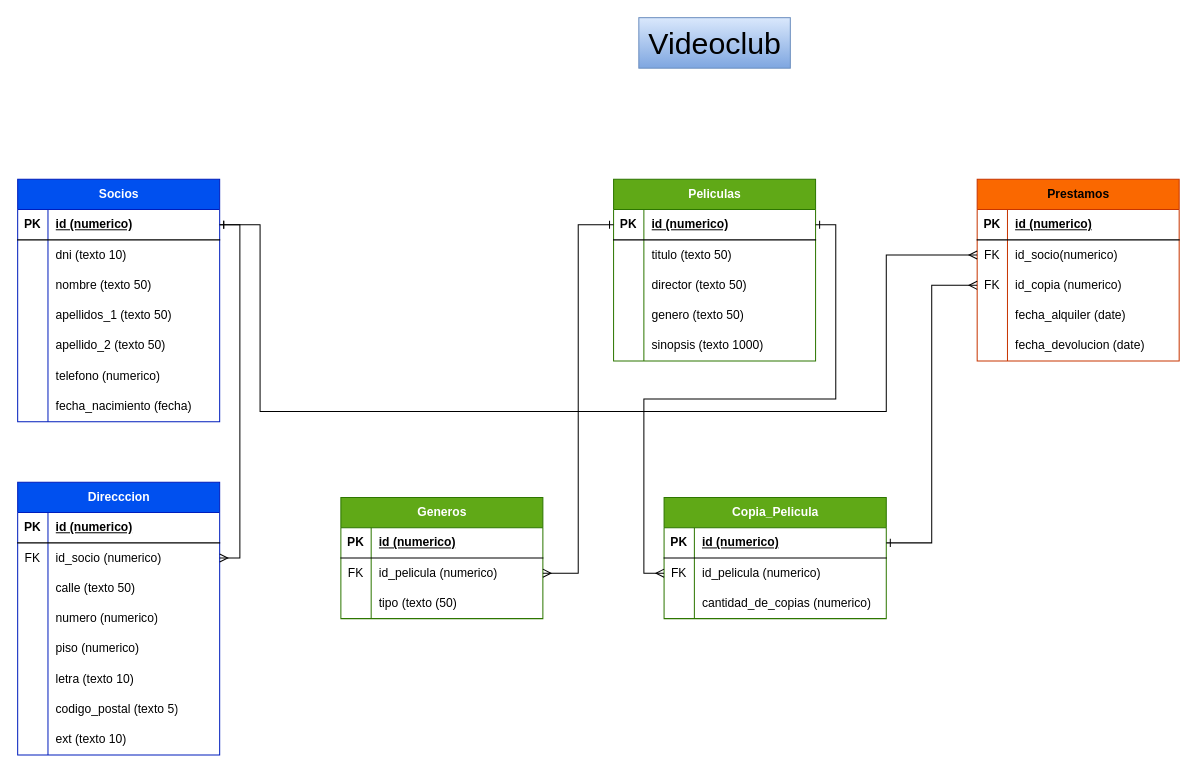
Before: videoclub.drawio in HLozano87/modelado-practice, a draw.io diagram. Source tidied: cells renumbered, new cells numbered last; positions are measured from the earlier drawing's top-left corner, leaving out a move shared by most shapes. Both pictures are drawn from the tidied source at 101%, with x=0, y=0 at pixel (17, 17).
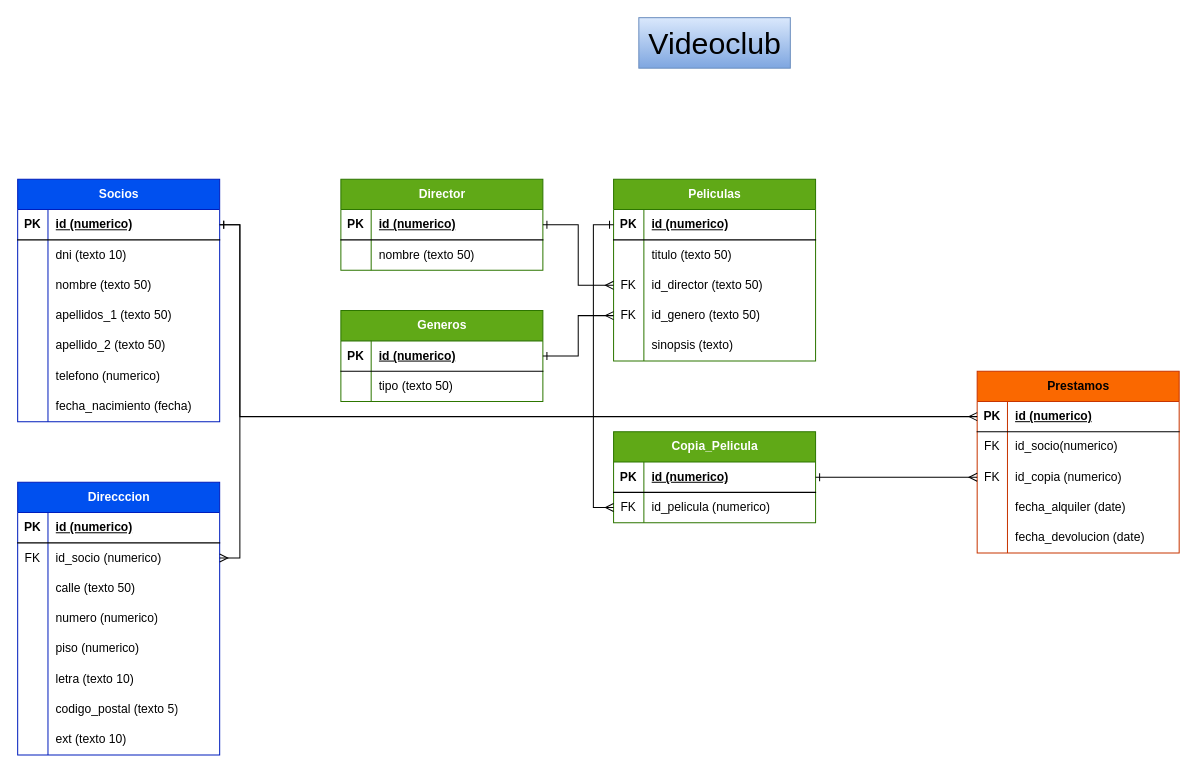
The same diagram, later.

Commit message (it also covers changes not shown here):
fix: se corrigen errores mencionados en el feedback y se añade campo email

Unchanged cells that the change refers to:
```xml
<mxCell id="3" style="shape=tableRow;horizontal=0;startSize=0;swimlaneHead=0;swimlaneBody=0;fillColor=none;points=[[0,0.5],[1,0.5]];portConstraint=eastwest;top=0;left=0;right=0;bottom=1;" parent="2" vertex="1">
  <mxGeometry y="30" width="200" height="30" as="geometry" />
</mxCell>
<mxCell id="51" style="shape=tableRow;horizontal=0;startSize=0;swimlaneHead=0;swimlaneBody=0;fillColor=none;points=[[0,0.5],[1,0.5]];portConstraint=eastwest;top=0;left=0;right=0;bottom=1;" parent="50" vertex="1">
  <mxGeometry y="30" width="200" height="30" as="geometry" />
</mxCell>
<mxCell id="57" style="shape=tableRow;horizontal=0;startSize=0;swimlaneHead=0;swimlaneBody=0;fillColor=none;points=[[0,0.5],[1,0.5]];portConstraint=eastwest;top=0;left=0;right=0;bottom=0;" parent="50" vertex="1">
  <mxGeometry y="90" width="200" height="30" as="geometry" />
</mxCell>
<mxCell id="60" style="shape=tableRow;horizontal=0;startSize=0;swimlaneHead=0;swimlaneBody=0;fillColor=none;points=[[0,0.5],[1,0.5]];portConstraint=eastwest;top=0;left=0;right=0;bottom=0;" parent="50" vertex="1">
  <mxGeometry y="120" width="200" height="30" as="geometry" />
</mxCell>
<mxCell id="63" style="shape=tableRow;horizontal=0;startSize=0;swimlaneHead=0;swimlaneBody=0;fillColor=none;top=0;left=0;right=0;bottom=0;" parent="50" vertex="1">
  <mxGeometry y="150" width="200" height="30" as="geometry" />
</mxCell>
<mxCell id="67" style="shape=tableRow;horizontal=0;startSize=0;swimlaneHead=0;swimlaneBody=0;fillColor=none;points=[[0,0.5],[1,0.5]];portConstraint=eastwest;top=0;left=0;right=0;bottom=1;" parent="66" vertex="1">
  <mxGeometry y="30" width="200" height="30" as="geometry" />
</mxCell>
<mxCell id="70" style="shape=tableRow;horizontal=0;startSize=0;swimlaneHead=0;swimlaneBody=0;fillColor=none;points=[[0,0.5],[1,0.5]];portConstraint=eastwest;top=0;left=0;right=0;bottom=0;" parent="66" vertex="1">
  <mxGeometry y="60" width="200" height="30" as="geometry" />
</mxCell>
<mxCell id="96" style="shape=tableRow;horizontal=0;startSize=0;swimlaneHead=0;swimlaneBody=0;fillColor=none;points=[[0,0.5],[1,0.5]];portConstraint=eastwest;top=0;left=0;right=0;bottom=1;" parent="95" vertex="1">
  <mxGeometry y="30" width="200" height="30" as="geometry" />
</mxCell>
```

What changed in the source:
```diff
@@
-    <mxCell id="58" style="shape=partialRectangle;fillColor=none;top=0;left=0;bottom=0;right=0;overflow=hidden;whiteSpace=wrap;html=1;" parent="57" vertex="1">
+    <mxCell id="58" value="FK" style="shape=partialRectangle;fillColor=none;top=0;left=0;bottom=0;right=0;overflow=hidden;whiteSpace=wrap;html=1;" parent="57" vertex="1">
       <mxGeometry width="30" height="30" as="geometry" />
     </mxCell>
-    <mxCell id="59" value="director (texto 50)" style="shape=partialRectangle;fillColor=none;top=0;left=0;bottom=0;right=0;align=left;spacingLeft=6;overflow=hidden;whiteSpace=wrap;html=1;" parent="57" vertex="1">
+    <mxCell id="59" value="id_director (texto 50)" style="shape=partialRectangle;fillColor=none;top=0;left=0;bottom=0;right=0;align=left;spacingLeft=6;overflow=hidden;whiteSpace=wrap;html=1;" parent="57" vertex="1">
       <mxGeometry x="30" width="170" height="30" as="geometry" />
     </mxCell>
@@
-    <mxCell id="61" style="shape=partialRectangle;fillColor=none;top=0;left=0;bottom=0;right=0;overflow=hidden;whiteSpace=wrap;html=1;" parent="60" vertex="1">
+    <mxCell id="61" value="FK" style="shape=partialRectangle;fillColor=none;top=0;left=0;bottom=0;right=0;overflow=hidden;whiteSpace=wrap;html=1;" parent="60" vertex="1">
       <mxGeometry width="30" height="30" as="geometry" />
     </mxCell>
-    <mxCell id="62" value="genero (texto 50)" style="shape=partialRectangle;fillColor=none;top=0;left=0;bottom=0;right=0;align=left;spacingLeft=6;overflow=hidden;whiteSpace=wrap;html=1;" parent="60" vertex="1">
+    <mxCell id="62" value="id_genero (texto 50)" style="shape=partialRectangle;fillColor=none;top=0;left=0;bottom=0;right=0;align=left;spacingLeft=6;overflow=hidden;whiteSpace=wrap;html=1;" parent="60" vertex="1">
       <mxGeometry x="30" width="170" height="30" as="geometry" />
     </mxCell>
@@
-    <mxCell id="65" value="sinopsis (texto 1000)" style="shape=partialRectangle;fillColor=none;top=0;left=0;bottom=0;right=0;align=left;spacingLeft=6;overflow=hidden;whiteSpace=wrap;html=1;" parent="63" vertex="1">
+    <mxCell id="65" value="sinopsis (texto)" style="shape=partialRectangle;fillColor=none;top=0;left=0;bottom=0;right=0;align=left;spacingLeft=6;overflow=hidden;whiteSpace=wrap;html=1;" parent="63" vertex="1">
       <mxGeometry x="30" width="170" height="30" as="geometry" />
     </mxCell>
     <mxCell id="66" value="Prestamos" style="shape=table;startSize=30;childLayout=tableLayout;rowLines=0;fontStyle=1;align=center;html=1;fillColor=#fa6800;strokeColor=#C73500;fontColor=#000000;" parent="1" vertex="1">
-      <mxGeometry x="950" y="160" width="200" height="180" as="geometry" />
+      <mxGeometry x="950" y="350" width="200" height="180" as="geometry" />
     </mxCell>
@@
     <mxCell id="82" value="Copia_Pelicula" style="shape=table;startSize=30;childLayout=tableLayout;rowLines=0;fontStyle=1;align=center;html=1;fillColor=#60a917;fontColor=#ffffff;strokeColor=#2D7600;shadow=0;swimlaneFillColor=none;gradientColor=none;" parent="1" vertex="1">
-      <mxGeometry x="640" y="475" width="220" height="120" as="geometry" />
+      <mxGeometry x="590" y="410" width="200" height="90" as="geometry" />
     </mxCell>
     <mxCell id="83" style="shape=tableRow;horizontal=0;startSize=0;swimlaneHead=0;swimlaneBody=0;fillColor=none;points=[[0,0.5],[1,0.5]];portConstraint=eastwest;top=0;left=0;right=0;bottom=1;" parent="82" vertex="1">
-      <mxGeometry y="30" width="220" height="30" as="geometry" />
+      <mxGeometry y="30" width="200" height="30" as="geometry" />
     </mxCell>
@@
     <mxCell id="85" value="id (numerico)" style="shape=partialRectangle;fillColor=none;top=0;left=0;bottom=0;right=0;align=left;spacingLeft=6;fontStyle=5;overflow=hidden;whiteSpace=wrap;html=1;" parent="83" vertex="1">
-      <mxGeometry x="30" width="190" height="30" as="geometry" />
+      <mxGeometry x="30" width="170" height="30" as="geometry" />
     </mxCell>
     <mxCell id="86" style="shape=tableRow;horizontal=0;startSize=0;swimlaneHead=0;swimlaneBody=0;fillColor=none;points=[[0,0.5],[1,0.5]];portConstraint=eastwest;top=0;left=0;right=0;bottom=0;" parent="82" vertex="1">
-      <mxGeometry y="60" width="220" height="30" as="geometry" />
+      <mxGeometry y="60" width="200" height="30" as="geometry" />
     </mxCell>
@@
     <mxCell id="88" value="id_pelicula (numerico)" style="shape=partialRectangle;fillColor=none;top=0;left=0;bottom=0;right=0;align=left;spacingLeft=6;overflow=hidden;whiteSpace=wrap;html=1;" parent="86" vertex="1">
-      <mxGeometry x="30" width="190" height="30" as="geometry" />
+      <mxGeometry x="30" width="170" height="30" as="geometry" />
     </mxCell>
-    <mxCell id="89" style="shape=tableRow;horizontal=0;startSize=0;swimlaneHead=0;swimlaneBody=0;fillColor=none;top=0;left=0;right=0;bottom=0;" parent="82" vertex="1">
-      <mxGeometry y="90" width="220" height="30" as="geometry" />
-    </mxCell>
-    <mxCell id="90" style="shape=partialRectangle;fillColor=none;top=0;left=0;bottom=0;right=0;overflow=hidden;whiteSpace=wrap;html=1;" parent="89" vertex="1">
-      <mxGeometry width="30" height="30" as="geometry" />
-    </mxCell>
-    <mxCell id="91" value="cantidad_de_copias (numerico)" style="shape=partialRectangle;fillColor=none;top=0;left=0;bottom=0;right=0;align=left;spacingLeft=6;overflow=hidden;whiteSpace=wrap;html=1;" parent="89" vertex="1">
-      <mxGeometry x="30" width="190" height="30" as="geometry" />
-    </mxCell>
@@
-    <mxCell id="93" style="edgeStyle=orthogonalEdgeStyle;rounded=0;jettySize=auto;html=1;entryX=0;entryY=0.5;entryDx=0;entryDy=0;endArrow=ERmany;endFill=0;startArrow=ERone;startFill=0;" parent="1" edge="1" source="3" target="70">
+    <mxCell id="93" style="edgeStyle=orthogonalEdgeStyle;rounded=0;jettySize=auto;html=1;entryX=0;entryY=0.5;entryDx=0;entryDy=0;endArrow=ERmany;endFill=0;startArrow=ERone;startFill=0;exitX=1;exitY=0.5;exitDx=0;exitDy=0;" parent="1" edge="1" source="3" target="67">
       <mxGeometry relative="1" as="geometry">
         <Array as="points">
-          <mxPoint x="240" y="205" />
-          <mxPoint x="240" y="390" />
-          <mxPoint x="860" y="390" />
-          <mxPoint x="860" y="235" />
+          <mxPoint x="220" y="205" />
+          <mxPoint x="220" y="395" />
         </Array>
       </mxGeometry>
     </mxCell>
-    <mxCell id="94" style="edgeStyle=orthogonalEdgeStyle;rounded=0;jettySize=auto;html=1;entryX=0;entryY=0.5;entryDx=0;entryDy=0;endArrow=ERmany;endFill=0;startArrow=ERone;startFill=0;" parent="1" edge="1" source="51" target="86">
-      <mxGeometry relative="1" as="geometry" />
-    </mxCell>
     <mxCell id="95" value="Generos" style="shape=table;startSize=30;childLayout=tableLayout;rowLines=0;fontStyle=1;align=center;html=1;fillColor=#60a917;fontColor=#ffffff;strokeColor=#2D7600;shadow=0;swimlaneFillColor=none;gradientColor=none;" parent="1" vertex="1">
-      <mxGeometry x="320" y="475" width="200" height="120" as="geometry" />
+      <mxGeometry x="320" y="290" width="200" height="90" as="geometry" />
     </mxCell>
@@
-    <mxCell id="99" style="shape=tableRow;horizontal=0;startSize=0;swimlaneHead=0;swimlaneBody=0;fillColor=none;points=[[0,0.5],[1,0.5]];portConstraint=eastwest;top=0;left=0;right=0;bottom=0;" parent="95" vertex="1">
-      <mxGeometry y="60" width="200" height="30" as="geometry" />
-    </mxCell>
-    <mxCell id="100" value="FK" style="shape=partialRectangle;fillColor=none;top=0;left=0;bottom=0;right=0;overflow=hidden;whiteSpace=wrap;html=1;" parent="99" vertex="1">
-      <mxGeometry width="30" height="30" as="geometry" />
-    </mxCell>
-    <mxCell id="101" value="id_pelicula (numerico)" style="shape=partialRectangle;fillColor=none;top=0;left=0;bottom=0;right=0;align=left;spacingLeft=6;overflow=hidden;whiteSpace=wrap;html=1;" parent="99" vertex="1">
-      <mxGeometry x="30" width="170" height="30" as="geometry" />
-    </mxCell>
     <mxCell id="102" style="shape=tableRow;horizontal=0;startSize=0;swimlaneHead=0;swimlaneBody=0;fillColor=none;top=0;left=0;right=0;bottom=0;" parent="95" vertex="1">
-      <mxGeometry y="90" width="200" height="30" as="geometry" />
+      <mxGeometry y="60" width="200" height="30" as="geometry" />
     </mxCell>
@@
-    <mxCell id="104" value="tipo (texto (50)" style="shape=partialRectangle;fillColor=none;top=0;left=0;bottom=0;right=0;align=left;spacingLeft=6;overflow=hidden;whiteSpace=wrap;html=1;" parent="102" vertex="1">
+    <mxCell id="104" value="tipo (texto 50)" style="shape=partialRectangle;fillColor=none;top=0;left=0;bottom=0;right=0;align=left;spacingLeft=6;overflow=hidden;whiteSpace=wrap;html=1;" parent="102" vertex="1">
       <mxGeometry x="30" width="170" height="30" as="geometry" />
     </mxCell>
@@
-    <mxCell id="106" style="edgeStyle=orthogonalEdgeStyle;rounded=0;jettySize=auto;html=1;entryX=1;entryY=0.5;entryDx=0;entryDy=0;endArrow=ERmany;endFill=0;startArrow=ERone;startFill=0;" parent="1" edge="1" source="51" target="99">
-      <mxGeometry relative="1" as="geometry" />
-    </mxCell>
+    <mxCell id="107" value="Director" style="shape=table;startSize=30;childLayout=tableLayout;rowLines=0;fontStyle=1;align=center;html=1;fillColor=#60a917;fontColor=#ffffff;strokeColor=#2D7600;shadow=0;swimlaneFillColor=none;gradientColor=none;" parent="1" vertex="1">
+      <mxGeometry x="320" y="160" width="200" height="90" as="geometry" />
+    </mxCell>
+    <mxCell id="108" style="shape=tableRow;horizontal=0;startSize=0;swimlaneHead=0;swimlaneBody=0;fillColor=none;points=[[0,0.5],[1,0.5]];portConstraint=eastwest;top=0;left=0;right=0;bottom=1;" parent="107" vertex="1">
+      <mxGeometry y="30" width="200" height="30" as="geometry" />
+    </mxCell>
+    <mxCell id="109" value="PK" style="shape=partialRectangle;fillColor=none;top=0;left=0;bottom=0;right=0;fontStyle=1;overflow=hidden;whiteSpace=wrap;html=1;" parent="108" vertex="1">
+      <mxGeometry width="30" height="30" as="geometry" />
+    </mxCell>
+    <mxCell id="110" value="id (numerico)" style="shape=partialRectangle;fillColor=none;top=0;left=0;bottom=0;right=0;align=left;spacingLeft=6;fontStyle=5;overflow=hidden;whiteSpace=wrap;html=1;" parent="108" vertex="1">
+      <mxGeometry x="30" width="170" height="30" as="geometry" />
+    </mxCell>
+    <mxCell id="99" style="shape=tableRow;horizontal=0;startSize=0;swimlaneHead=0;swimlaneBody=0;fillColor=none;points=[[0,0.5],[1,0.5]];portConstraint=eastwest;top=0;left=0;right=0;bottom=0;" parent="107" vertex="1">
+      <mxGeometry y="60" width="200" height="30" as="geometry" />
+    </mxCell>
+    <mxCell id="90" style="shape=partialRectangle;fillColor=none;top=0;left=0;bottom=0;right=0;overflow=hidden;whiteSpace=wrap;html=1;" parent="99" vertex="1">
+      <mxGeometry width="30" height="30" as="geometry" />
+    </mxCell>
+    <mxCell id="111" value="nombre (texto 50)" style="shape=partialRectangle;fillColor=none;top=0;left=0;bottom=0;right=0;align=left;spacingLeft=6;overflow=hidden;whiteSpace=wrap;html=1;" parent="99" vertex="1">
+      <mxGeometry x="30" width="170" height="30" as="geometry" />
+    </mxCell>
+    <mxCell id="112" style="edgeStyle=orthogonalEdgeStyle;rounded=0;jettySize=auto;html=1;entryX=0;entryY=0.5;entryDx=0;entryDy=0;endArrow=ERmany;endFill=0;startArrow=ERone;startFill=0;" parent="1" edge="1" source="96" target="60">
+      <mxGeometry relative="1" as="geometry" />
+    </mxCell>
+    <mxCell id="113" style="edgeStyle=orthogonalEdgeStyle;rounded=0;jettySize=auto;html=1;entryX=0;entryY=0.5;entryDx=0;entryDy=0;endArrow=ERmany;endFill=0;startArrow=ERone;startFill=0;" parent="1" edge="1" source="108" target="57">
+      <mxGeometry relative="1" as="geometry" />
+    </mxCell>
+    <mxCell id="94" style="edgeStyle=orthogonalEdgeStyle;rounded=0;jettySize=auto;html=1;entryX=0;entryY=0.5;entryDx=0;entryDy=0;endArrow=ERmany;endFill=0;startArrow=ERone;startFill=0;" parent="1" edge="1" source="51" target="86">
+      <mxGeometry relative="1" as="geometry" />
+    </mxCell>
```
